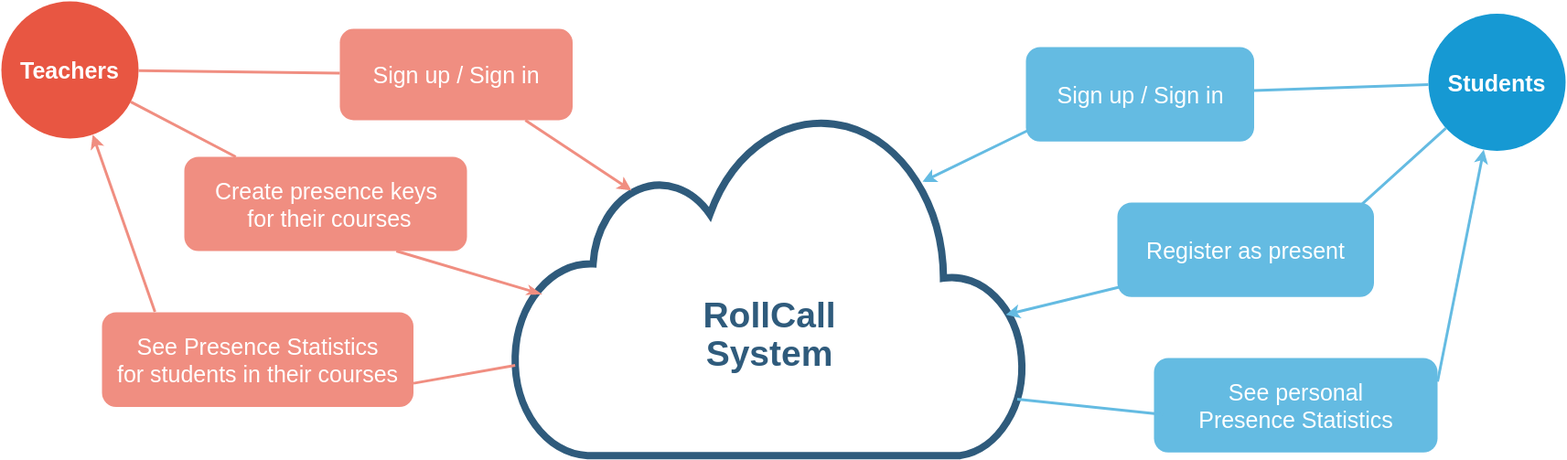
This is docs/context_diagram.drawio.png from stefanosAgelastos/multi-db-web-server, a draw.io export, as it was before one commit. Source tidied: cells renumbered, new cells last; positions are measured from the earlier drawing's top-left corner, leaving out a move shared by most shapes. Source of this version:
```xml
<mxGraphModel>
  <root>
    <mxCell id="0" />
    <mxCell id="1" parent="0" />
    <mxCell id="2" value="&lt;font style=&quot;font-size: 25px&quot;&gt;&lt;b&gt;Teachers&lt;/b&gt;&lt;/font&gt;" style="ellipse;whiteSpace=wrap;html=1;shadow=0;fontFamily=Helvetica;fontSize=20;fontColor=#FFFFFF;align=center;strokeWidth=3;fillColor=#E85642;strokeColor=none;" parent="1" vertex="1">
      <mxGeometry width="150" height="150" as="geometry" />
    </mxCell>
    <mxCell id="3" value="&lt;font style=&quot;font-size: 25px&quot;&gt;&lt;b&gt;Students&lt;/b&gt;&lt;/font&gt;" style="ellipse;whiteSpace=wrap;html=1;shadow=0;fontFamily=Helvetica;fontSize=20;fontColor=#FFFFFF;align=center;strokeWidth=3;fillColor=#1699D3;strokeColor=none;" parent="1" vertex="1">
      <mxGeometry x="1560" y="13.5" width="150" height="150" as="geometry" />
    </mxCell>
    <mxCell id="4" value="&lt;font style=&quot;font-size: 25px&quot;&gt;Sign up / Sign in&lt;/font&gt;" style="rounded=1;fillColor=#f08e81;strokeColor=none;strokeWidth=3;shadow=0;html=1;fontColor=#FFFFFF;" parent="1" vertex="1">
      <mxGeometry x="370" y="30" width="254.5" height="100" as="geometry" />
    </mxCell>
    <mxCell id="5" style="edgeStyle=none;endArrow=none;strokeWidth=3;strokeColor=#F08E81;html=1;entryX=0.17;entryY=-0.004;entryDx=0;entryDy=0;entryPerimeter=0;startArrow=classic;startFill=1;" parent="1" edge="1" source="2" target="15">
      <mxGeometry x="-600" y="146.5" as="geometry" />
    </mxCell>
    <mxCell id="6" style="edgeStyle=none;endArrow=none;strokeWidth=3;strokeColor=#F08E81;html=1;" parent="1" edge="1" source="2" target="14">
      <mxGeometry x="-600" y="146.5" as="geometry" />
    </mxCell>
    <mxCell id="7" style="edgeStyle=none;endArrow=none;strokeWidth=3;strokeColor=#F08E81;html=1;" parent="1" edge="1" source="2" target="4">
      <mxGeometry x="-600" y="146.5" as="geometry" />
    </mxCell>
    <mxCell id="8" value="&lt;span style=&quot;font-size: 25px&quot;&gt;Sign up / Sign in&lt;/span&gt;" style="rounded=1;fillColor=#64BBE2;strokeColor=none;strokeWidth=3;shadow=0;html=1;fontColor=#FFFFFF;" parent="1" vertex="1">
      <mxGeometry x="1120" y="50" width="249.5" height="103.3" as="geometry" />
    </mxCell>
    <mxCell id="9" style="edgeStyle=none;endArrow=none;strokeWidth=3;strokeColor=#64BBE2;html=1;" parent="1" edge="1" source="3" target="8">
      <mxGeometry x="-114" y="96.5" as="geometry" />
    </mxCell>
    <mxCell id="10" style="edgeStyle=none;endArrow=none;strokeWidth=3;strokeColor=#64BBE2;html=1;entryX=0.929;entryY=0.076;entryDx=0;entryDy=0;entryPerimeter=0;" parent="1" edge="1" source="3" target="16">
      <mxGeometry x="-114" y="96.5" as="geometry" />
    </mxCell>
    <mxCell id="11" style="edgeStyle=none;endArrow=none;strokeWidth=3;strokeColor=#64BBE2;html=1;entryX=1;entryY=0.25;entryDx=0;entryDy=0;endFill=0;startArrow=classic;startFill=1;" parent="1" edge="1" source="3" target="17">
      <mxGeometry x="-114" y="96.5" as="geometry" />
    </mxCell>
    <mxCell id="12" style="edgeStyle=orthogonalEdgeStyle;rounded=0;html=1;exitX=0.75;exitY=0;entryX=0.75;entryY=0;startArrow=none;startFill=0;endArrow=block;endFill=1;jettySize=auto;orthogonalLoop=1;strokeColor=#12aab5;strokeWidth=6;fontSize=20;fontColor=#2F5B7C;" parent="1" edge="1">
      <mxGeometry relative="1" as="geometry">
        <mxPoint x="1310" y="60" as="sourcePoint" />
        <mxPoint x="1310" y="60" as="targetPoint" />
      </mxGeometry>
    </mxCell>
    <mxCell id="13" value="&lt;p style=&quot;line-height: 1.1 ; font-size: 39px&quot;&gt;&lt;span style=&quot;font-family: &amp;#34;helvetica&amp;#34; ; font-style: normal ; letter-spacing: normal ; text-align: center ; text-indent: 0px ; text-transform: none ; word-spacing: 0px ; display: inline ; float: none&quot;&gt;RollCall&lt;/span&gt;&lt;br style=&quot;font-family: &amp;#34;helvetica&amp;#34; ; font-style: normal ; letter-spacing: normal ; text-align: center ; text-indent: 0px ; text-transform: none ; word-spacing: 0px&quot;&gt;&lt;span style=&quot;font-family: &amp;#34;helvetica&amp;#34; ; font-style: normal ; letter-spacing: normal ; text-align: center ; text-indent: 0px ; text-transform: none ; word-spacing: 0px ; display: inline ; float: none&quot;&gt;System&lt;/span&gt;&lt;/p&gt;" style="html=1;verticalLabelPosition=bottom;align=center;labelBackgroundColor=none;verticalAlign=top;strokeWidth=8;strokeColor=#2F5B7C;shadow=0;dashed=0;shape=mxgraph.ios7.icons.cloud;horizontal=1;spacingTop=-220;fontStyle=1;whiteSpace=wrap;fontColor=#2F5B7C;" parent="1" vertex="1">
      <mxGeometry x="560" y="120.2" width="560" height="376.5" as="geometry" />
    </mxCell>
    <mxCell id="14" value="&lt;font style=&quot;font-size: 25px&quot;&gt;Create presence keys&lt;br&gt;&amp;nbsp;for their courses&lt;br&gt;&lt;/font&gt;" style="rounded=1;fillColor=#f08e81;strokeColor=none;strokeWidth=3;shadow=0;html=1;fontColor=#FFFFFF;" parent="1" vertex="1">
      <mxGeometry x="200" y="170" width="309" height="103" as="geometry" />
    </mxCell>
    <mxCell id="15" value="&lt;font style=&quot;font-size: 25px&quot;&gt;See Presence Statistics&lt;br&gt;for students in their courses&lt;br&gt;&lt;/font&gt;" style="rounded=1;fillColor=#f08e81;strokeColor=none;strokeWidth=3;shadow=0;html=1;fontColor=#FFFFFF;" parent="1" vertex="1">
      <mxGeometry x="110" y="340" width="340.5" height="103.5" as="geometry" />
    </mxCell>
    <mxCell id="16" value="&lt;span style=&quot;font-size: 25px&quot;&gt;Register as present&lt;/span&gt;" style="rounded=1;fillColor=#64BBE2;strokeColor=none;strokeWidth=3;shadow=0;html=1;fontColor=#FFFFFF;" parent="1" vertex="1">
      <mxGeometry x="1220" y="220" width="280.5" height="103.3" as="geometry" />
    </mxCell>
    <mxCell id="17" value="&lt;span style=&quot;font-size: 25px&quot;&gt;See personal&lt;br&gt;Presence Statistics&lt;br&gt;&lt;/span&gt;" style="rounded=1;fillColor=#64BBE2;strokeColor=none;strokeWidth=3;shadow=0;html=1;fontColor=#FFFFFF;" parent="1" vertex="1">
      <mxGeometry x="1260" y="390" width="310" height="103.3" as="geometry" />
    </mxCell>
    <mxCell id="18" style="edgeStyle=none;endArrow=classic;strokeWidth=3;strokeColor=#64BBE2;html=1;entryX=0.961;entryY=0.591;entryDx=0;entryDy=0;exitX=0.007;exitY=0.895;exitDx=0;exitDy=0;entryPerimeter=0;exitPerimeter=0;startArrow=none;startFill=0;endFill=1;" parent="1" edge="1" source="16" target="13">
      <mxGeometry x="-438.6" y="738.3" as="geometry" />
    </mxCell>
    <mxCell id="19" style="edgeStyle=none;endArrow=none;strokeWidth=3;strokeColor=#64BBE2;html=1;entryX=0.983;entryY=0.836;entryDx=0;entryDy=0;exitX=0;exitY=0.5;exitDx=0;exitDy=0;entryPerimeter=0;" parent="1" edge="1" target="13">
      <mxGeometry x="-428.6" y="748.3" as="geometry">
        <mxPoint x="1270" y="451.7" as="sourcePoint" />
      </mxGeometry>
    </mxCell>
    <mxCell id="20" style="edgeStyle=none;endArrow=classic;strokeWidth=3;strokeColor=#64BBE2;html=1;entryX=0.798;entryY=0.205;entryDx=0;entryDy=0;entryPerimeter=0;exitX=0.008;exitY=0.883;exitDx=0;exitDy=0;exitPerimeter=0;endFill=1;" parent="1" edge="1" source="8" target="13">
      <mxGeometry x="-428.6" y="748.3" as="geometry" />
    </mxCell>
    <mxCell id="21" style="edgeStyle=none;endArrow=none;strokeWidth=3;strokeColor=#F08E81;html=1;entryX=0.75;entryY=1;entryDx=0;entryDy=0;endFill=0;startArrow=classicThin;startFill=1;" parent="1" edge="1" target="14">
      <mxGeometry x="-590" y="156.5" as="geometry">
        <mxPoint x="590" y="320" as="sourcePoint" />
      </mxGeometry>
    </mxCell>
    <mxCell id="22" style="edgeStyle=none;endArrow=none;strokeWidth=3;strokeColor=#F08E81;html=1;entryX=1;entryY=0.75;entryDx=0;entryDy=0;exitX=0.003;exitY=0.738;exitDx=0;exitDy=0;exitPerimeter=0;" parent="1" edge="1" source="13" target="15">
      <mxGeometry x="-580" y="166.5" as="geometry" />
    </mxCell>
    <mxCell id="23" style="edgeStyle=none;endArrow=none;strokeWidth=3;strokeColor=#F08E81;html=1;exitX=0.23;exitY=0.23;exitDx=0;exitDy=0;exitPerimeter=0;startArrow=classic;startFill=1;" parent="1" edge="1" source="13" target="4">
      <mxGeometry x="-580" y="166.5" as="geometry" />
    </mxCell>
  </root>
</mxGraphModel>
```
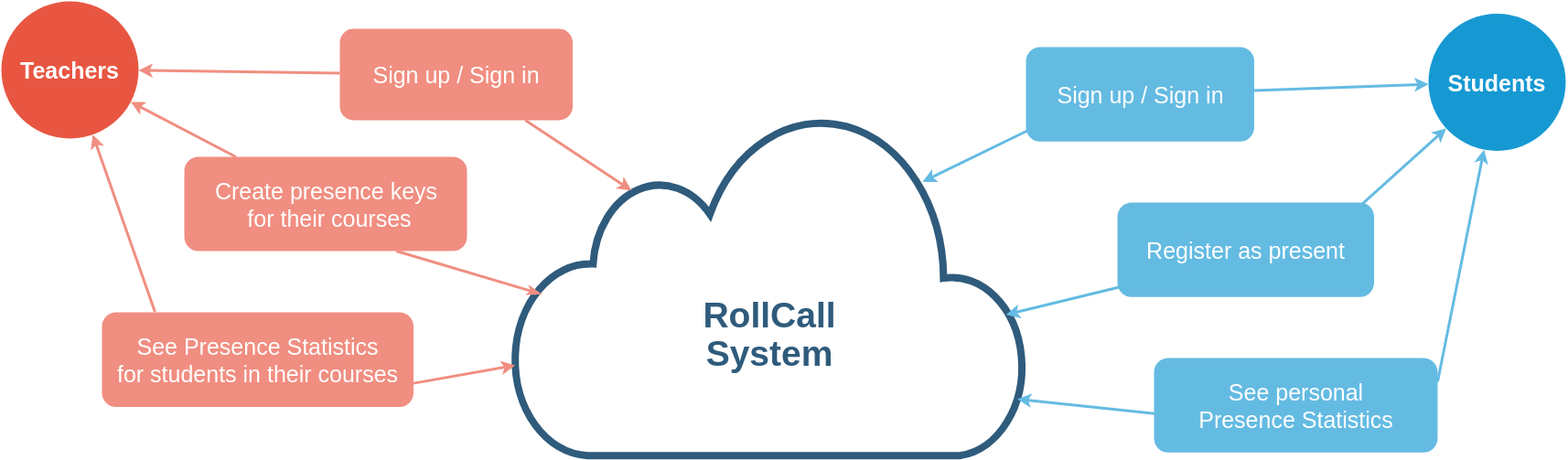
After the commit.

The edit, as a diff of the source:
```diff
@@ -14,19 +14,19 @@
     <mxCell id="5" style="edgeStyle=none;endArrow=none;strokeWidth=3;strokeColor=#F08E81;html=1;entryX=0.17;entryY=-0.004;entryDx=0;entryDy=0;entryPerimeter=0;startArrow=classic;startFill=1;" parent="1" edge="1" source="2" target="15">
       <mxGeometry x="-600" y="146.5" as="geometry" />
     </mxCell>
-    <mxCell id="6" style="edgeStyle=none;endArrow=none;strokeWidth=3;strokeColor=#F08E81;html=1;" parent="1" edge="1" source="2" target="14">
+    <mxCell id="6" style="edgeStyle=none;endArrow=none;strokeWidth=3;strokeColor=#F08E81;html=1;startArrow=classic;startFill=1;" parent="1" edge="1" source="2" target="14">
       <mxGeometry x="-600" y="146.5" as="geometry" />
     </mxCell>
-    <mxCell id="7" style="edgeStyle=none;endArrow=none;strokeWidth=3;strokeColor=#F08E81;html=1;" parent="1" edge="1" source="2" target="4">
+    <mxCell id="7" style="edgeStyle=none;endArrow=none;strokeWidth=3;strokeColor=#F08E81;html=1;startArrow=classic;startFill=1;" parent="1" edge="1" source="2" target="4">
       <mxGeometry x="-600" y="146.5" as="geometry" />
     </mxCell>
     <mxCell id="8" value="&lt;span style=&quot;font-size: 25px&quot;&gt;Sign up / Sign in&lt;/span&gt;" style="rounded=1;fillColor=#64BBE2;strokeColor=none;strokeWidth=3;shadow=0;html=1;fontColor=#FFFFFF;" parent="1" vertex="1">
       <mxGeometry x="1120" y="50" width="249.5" height="103.3" as="geometry" />
     </mxCell>
-    <mxCell id="9" style="edgeStyle=none;endArrow=none;strokeWidth=3;strokeColor=#64BBE2;html=1;" parent="1" edge="1" source="3" target="8">
+    <mxCell id="9" style="edgeStyle=none;endArrow=none;strokeWidth=3;strokeColor=#64BBE2;html=1;endFill=0;startArrow=classic;startFill=1;" parent="1" edge="1" source="3" target="8">
       <mxGeometry x="-114" y="96.5" as="geometry" />
     </mxCell>
-    <mxCell id="10" style="edgeStyle=none;endArrow=none;strokeWidth=3;strokeColor=#64BBE2;html=1;entryX=0.929;entryY=0.076;entryDx=0;entryDy=0;entryPerimeter=0;" parent="1" edge="1" source="3" target="16">
+    <mxCell id="10" style="edgeStyle=none;endArrow=none;strokeWidth=3;strokeColor=#64BBE2;html=1;entryX=0.929;entryY=0.076;entryDx=0;entryDy=0;entryPerimeter=0;startArrow=classic;startFill=1;" parent="1" edge="1" source="3" target="16">
       <mxGeometry x="-114" y="96.5" as="geometry" />
     </mxCell>
     <mxCell id="11" style="edgeStyle=none;endArrow=none;strokeWidth=3;strokeColor=#64BBE2;html=1;entryX=1;entryY=0.25;entryDx=0;entryDy=0;endFill=0;startArrow=classic;startFill=1;" parent="1" edge="1" source="3" target="17">
@@ -56,7 +56,7 @@
     <mxCell id="18" style="edgeStyle=none;endArrow=classic;strokeWidth=3;strokeColor=#64BBE2;html=1;entryX=0.961;entryY=0.591;entryDx=0;entryDy=0;exitX=0.007;exitY=0.895;exitDx=0;exitDy=0;entryPerimeter=0;exitPerimeter=0;startArrow=none;startFill=0;endFill=1;" parent="1" edge="1" source="16" target="13">
       <mxGeometry x="-438.6" y="738.3" as="geometry" />
     </mxCell>
-    <mxCell id="19" style="edgeStyle=none;endArrow=none;strokeWidth=3;strokeColor=#64BBE2;html=1;entryX=0.983;entryY=0.836;entryDx=0;entryDy=0;exitX=0;exitY=0.5;exitDx=0;exitDy=0;entryPerimeter=0;" parent="1" edge="1" target="13">
+    <mxCell id="19" style="edgeStyle=none;endArrow=classic;strokeWidth=3;strokeColor=#64BBE2;html=1;entryX=0.983;entryY=0.836;entryDx=0;entryDy=0;exitX=0;exitY=0.5;exitDx=0;exitDy=0;entryPerimeter=0;startArrow=none;startFill=0;endFill=1;" parent="1" edge="1" target="13">
       <mxGeometry x="-428.6" y="748.3" as="geometry">
         <mxPoint x="1270" y="451.7" as="sourcePoint" />
       </mxGeometry>
@@ -69,7 +69,7 @@
         <mxPoint x="590" y="320" as="sourcePoint" />
       </mxGeometry>
     </mxCell>
-    <mxCell id="22" style="edgeStyle=none;endArrow=none;strokeWidth=3;strokeColor=#F08E81;html=1;entryX=1;entryY=0.75;entryDx=0;entryDy=0;exitX=0.003;exitY=0.738;exitDx=0;exitDy=0;exitPerimeter=0;" parent="1" edge="1" source="13" target="15">
+    <mxCell id="22" style="edgeStyle=none;endArrow=none;strokeWidth=3;strokeColor=#F08E81;html=1;entryX=1;entryY=0.75;entryDx=0;entryDy=0;exitX=0.003;exitY=0.738;exitDx=0;exitDy=0;exitPerimeter=0;endFill=0;startArrow=classic;startFill=1;" parent="1" edge="1" source="13" target="15">
       <mxGeometry x="-580" y="166.5" as="geometry" />
     </mxCell>
     <mxCell id="23" style="edgeStyle=none;endArrow=none;strokeWidth=3;strokeColor=#F08E81;html=1;exitX=0.23;exitY=0.23;exitDx=0;exitDy=0;exitPerimeter=0;startArrow=classic;startFill=1;" parent="1" edge="1" source="13" target="4">
```
